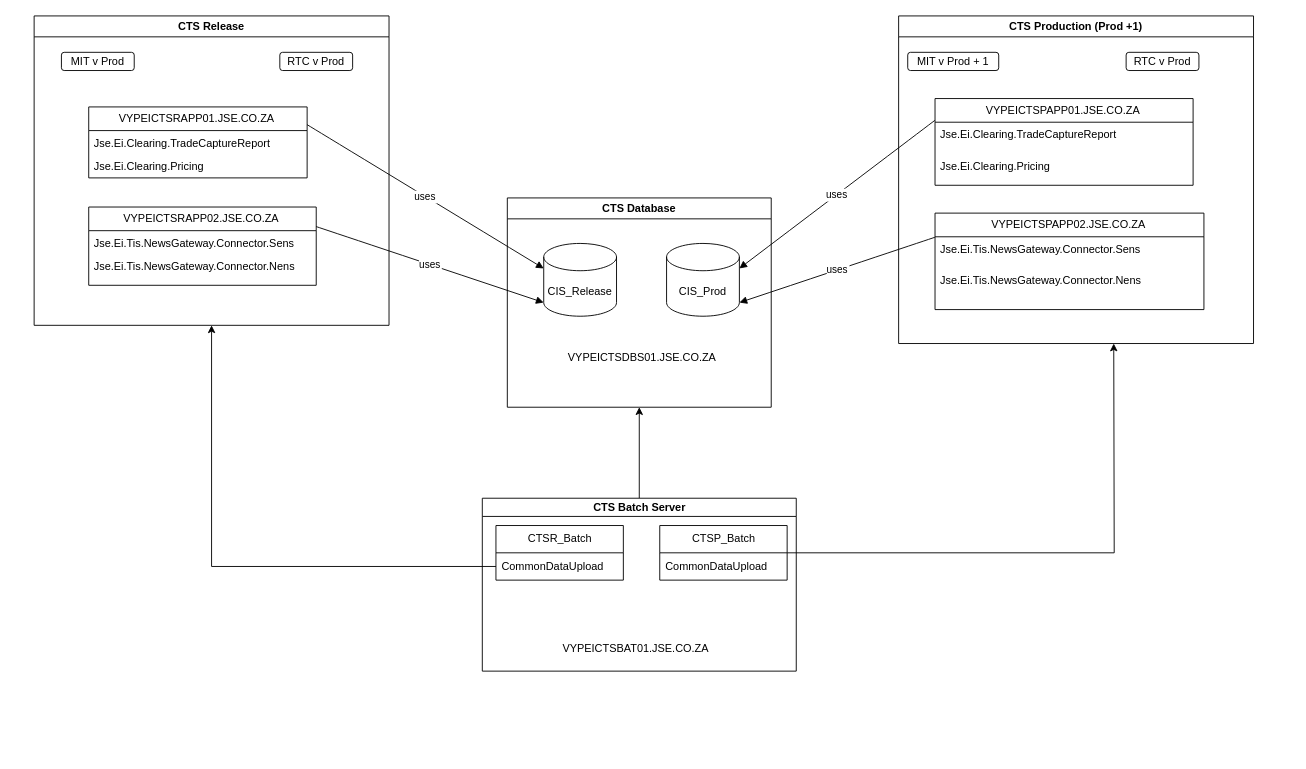
Earlier version of the draw.io diagram Untitled Diagram.drawio (ByMadiba/Sandbox). Source tidied: cells renumbered, new cells numbered last; positions are measured from the earlier drawing's top-left corner, leaving out a move shared by most shapes. Both pictures are drawn from the tidied source at 91%, with x=0, y=0 at pixel (34, 15).
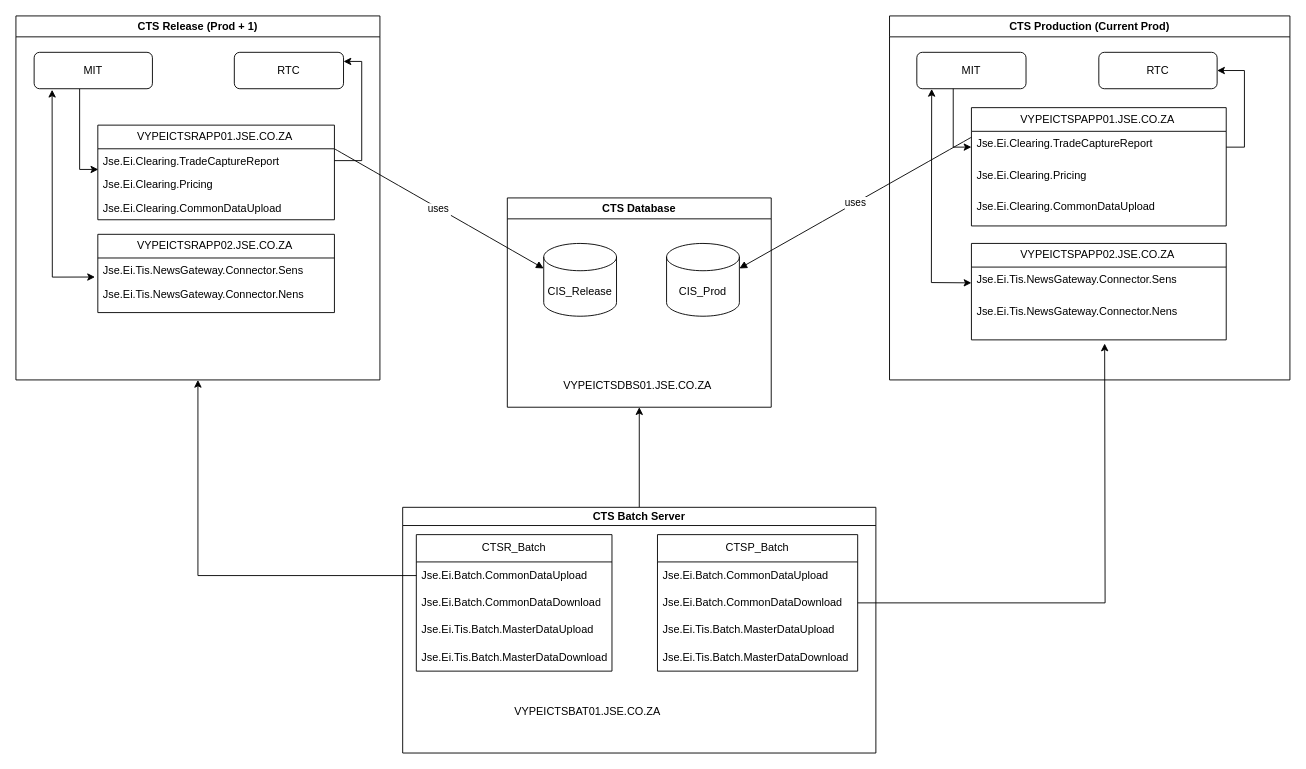
After the change.

Unchanged cells that the change refers to:
```xml
<mxCell id="4" value="CTS Database" style="swimlane;whiteSpace=wrap;html=1;" parent="1" vertex="1">
  <mxGeometry x="520" y="200" width="290" height="230" as="geometry" />
</mxCell>
<mxCell id="5" value="CIS_Release" style="shape=cylinder3;whiteSpace=wrap;html=1;boundedLbl=1;backgroundOutline=1;size=15;" parent="4" vertex="1">
  <mxGeometry x="40" y="50" width="80" height="80" as="geometry" />
</mxCell>
<mxCell id="6" value="CIS_Prod" style="shape=cylinder3;whiteSpace=wrap;html=1;boundedLbl=1;backgroundOutline=1;size=15;" parent="4" vertex="1">
  <mxGeometry x="175" y="50" width="80" height="80" as="geometry" />
</mxCell>
```

Diff of the diagram source:
```diff
@@
-    <mxCell id="3" value="uses" style="curved=1;startArrow=none;endArrow=block;exitX=1;exitY=0.25;entryX=0;entryY=1;entryDx=0;entryDy=-15;entryPerimeter=0;exitDx=0;exitDy=0;" parent="1" edge="1" source="13" target="5">
-      <mxGeometry relative="1" as="geometry" />
-    </mxCell>
@@
     <mxCell id="7" value="VYPEICTSDBS01.JSE.CO.ZA&amp;nbsp;" style="text;html=1;strokeColor=none;fillColor=none;align=center;verticalAlign=middle;whiteSpace=wrap;rounded=0;" parent="4" vertex="1">
-      <mxGeometry x="60" y="160" width="180" height="31" as="geometry" />
+      <mxGeometry x="55" y="190" width="180" height="31" as="geometry" />
     </mxCell>
-    <mxCell id="8" value="CTS Release" style="swimlane;whiteSpace=wrap;html=1;" parent="1" vertex="1">
-      <mxGeometry width="390" height="340" as="geometry" />
+    <mxCell id="8" value="CTS Release (Prod + 1)" style="swimlane;whiteSpace=wrap;html=1;" parent="1" vertex="1">
+      <mxGeometry x="-20" width="400" height="400" as="geometry" />
     </mxCell>
     <mxCell id="9" style="group;" parent="8" vertex="1">
-      <mxGeometry x="60" y="100" width="250" height="196" as="geometry" />
+      <mxGeometry x="90" y="120" width="260" height="196" as="geometry" />
     </mxCell>
     <mxCell id="10" value="VYPEICTSRAPP01.JSE.CO.ZA&amp;nbsp;" style="swimlane;fontStyle=0;horizontal=1;startSize=26;fillColor=none;html=1;" parent="9" vertex="1">
-      <mxGeometry width="240" height="78" as="geometry" />
+      <mxGeometry width="260" height="104" as="geometry" />
     </mxCell>
     <mxCell id="11" value="Jse.Ei.Clearing.TradeCaptureReport" style="text;strokeColor=none;fillColor=none;align=left;verticalAlign=top;spacingLeft=4;spacingRight=4;overflow=hidden;points=[[0,0.5],[1,0.5]];portConstraint=eastwest;whiteSpace=wrap;html=1;" parent="10" vertex="1">
-      <mxGeometry y="26" width="240" height="26" as="geometry" />
+      <mxGeometry y="26" width="260" height="26" as="geometry" />
     </mxCell>
     <mxCell id="12" value="Jse.Ei.Clearing.Pricing" style="text;strokeColor=none;fillColor=none;align=left;verticalAlign=top;spacingLeft=4;spacingRight=4;overflow=hidden;points=[[0,0.5],[1,0.5]];portConstraint=eastwest;whiteSpace=wrap;html=1;" parent="10" vertex="1">
-      <mxGeometry y="52" width="240" height="26" as="geometry" />
+      <mxGeometry y="52" width="260" height="26" as="geometry" />
     </mxCell>
+    <mxCell id="40" value="Jse.Ei.Clearing.CommonDataUpload" style="text;strokeColor=none;fillColor=none;align=left;verticalAlign=top;spacingLeft=4;spacingRight=4;overflow=hidden;whiteSpace=wrap;html=1;" parent="10" vertex="1">
+      <mxGeometry y="78" width="260" height="26" as="geometry" />
+    </mxCell>
     <mxCell id="13" value="VYPEICTSRAPP02.JSE.CO.ZA&amp;nbsp;" style="swimlane;fontStyle=0;horizontal=1;startSize=26;fillColor=none;html=1;" parent="9" vertex="1">
-      <mxGeometry y="110" width="250" height="86" as="geometry" />
+      <mxGeometry y="120" width="260" height="86" as="geometry" />
     </mxCell>
     <mxCell id="14" value="Jse.Ei.Tis.NewsGateway.Connector.Sens" style="text;strokeColor=none;fillColor=none;align=left;verticalAlign=top;spacingLeft=4;spacingRight=4;overflow=hidden;points=[[0,0.5],[1,0.5]];portConstraint=eastwest;whiteSpace=wrap;html=1;" parent="13" vertex="1">
-      <mxGeometry y="26" width="250" height="26" as="geometry" />
+      <mxGeometry y="26" width="260" height="26" as="geometry" />
     </mxCell>
     <mxCell id="15" value="Jse.Ei.Tis.NewsGateway.Connector.Nens" style="text;strokeColor=none;fillColor=none;align=left;verticalAlign=top;spacingLeft=4;spacingRight=4;overflow=hidden;whiteSpace=wrap;html=1;" parent="13" vertex="1">
-      <mxGeometry y="52" width="250" height="34" as="geometry" />
+      <mxGeometry y="52" width="260" height="34" as="geometry" />
     </mxCell>
+    <mxCell id="41" style="edgeStyle=orthogonalEdgeStyle;rounded=0;jettySize=auto;html=1;entryX=0.002;entryY=-0.127;entryDx=0;entryDy=0;entryPerimeter=0;" parent="8" edge="1" source="16" target="12">
+      <mxGeometry relative="1" as="geometry">
+        <Array as="points">
+          <mxPoint x="70" y="169" />
+        </Array>
+      </mxGeometry>
+    </mxCell>
-    <mxCell id="16" value="MIT v Prod" style="rounded=1;whiteSpace=wrap;html=1;" parent="8" vertex="1">
-      <mxGeometry x="30" y="40" width="80" height="20" as="geometry" />
+    <mxCell id="16" value="MIT" style="rounded=1;whiteSpace=wrap;html=1;" parent="8" vertex="1">
+      <mxGeometry x="20" y="40" width="130" height="40" as="geometry" />
     </mxCell>
-    <mxCell id="17" value="RTC v Prod" style="rounded=1;whiteSpace=wrap;html=1;" parent="8" vertex="1">
-      <mxGeometry x="270" y="40" width="80" height="20" as="geometry" />
+    <mxCell id="17" value="RTC" style="rounded=1;whiteSpace=wrap;html=1;" parent="8" vertex="1">
+      <mxGeometry x="240" y="40" width="120" height="40" as="geometry" />
     </mxCell>
+    <mxCell id="42" style="edgeStyle=orthogonalEdgeStyle;rounded=0;jettySize=auto;html=1;entryX=1;entryY=0.25;entryDx=0;entryDy=0;" parent="8" edge="1" source="11" target="17">
+      <mxGeometry relative="1" as="geometry" />
+    </mxCell>
+    <mxCell id="43" style="endArrow=classic;startArrow=classic;html=1;rounded=0;entryX=-0.012;entryY=0.805;entryDx=0;entryDy=0;entryPerimeter=0;exitX=0.152;exitY=1.029;exitDx=0;exitDy=0;exitPerimeter=0;" parent="8" edge="1" source="16" target="14">
+      <mxGeometry relative="1" as="geometry">
+        <Array as="points">
+          <mxPoint x="40" y="287" />
+        </Array>
+      </mxGeometry>
+    </mxCell>
     <mxCell id="18" value="CTS Batch Server" style="swimlane;whiteSpace=wrap;html=1;startSize=20;" parent="1" vertex="1">
-      <mxGeometry x="492.5" y="530" width="345" height="190" as="geometry" />
+      <mxGeometry x="405" y="540" width="520" height="270" as="geometry" />
     </mxCell>
     <mxCell id="19" value="CTSR_Batch" style="swimlane;fontStyle=0;horizontal=1;startSize=30;whiteSpace=wrap;html=1;" parent="18" vertex="1">
-      <mxGeometry x="15" y="30" width="140" height="60" as="geometry" />
+      <mxGeometry x="15" y="30" width="215" height="150" as="geometry" />
     </mxCell>
-    <mxCell id="20" value="CommonDataUpload" style="text;strokeColor=none;fillColor=none;align=left;verticalAlign=middle;spacingLeft=4;spacingRight=4;overflow=hidden;points=[[0,0.5],[1,0.5]];portConstraint=eastwest;whiteSpace=wrap;html=1;" parent="19" vertex="1">
-      <mxGeometry y="30" width="140" height="30" as="geometry" />
+    <mxCell id="20" value="Jse.Ei.Batch.CommonDataUpload" style="text;strokeColor=none;fillColor=none;align=left;verticalAlign=middle;spacingLeft=4;spacingRight=4;overflow=hidden;points=[[0,0.5],[1,0.5]];portConstraint=eastwest;whiteSpace=wrap;html=1;" parent="19" vertex="1">
+      <mxGeometry y="30" width="215" height="30" as="geometry" />
     </mxCell>
+    <mxCell id="44" value="Jse.Ei.Batch.CommonDataDownload" style="text;strokeColor=none;fillColor=none;align=left;verticalAlign=middle;spacingLeft=4;spacingRight=4;overflow=hidden;whiteSpace=wrap;html=1;" parent="19" vertex="1">
+      <mxGeometry y="60" width="215" height="30" as="geometry" />
+    </mxCell>
+    <mxCell id="45" value="Jse.Ei.Tis.Batch.MasterDataUpload" style="text;strokeColor=none;fillColor=none;align=left;verticalAlign=middle;spacingLeft=4;spacingRight=4;overflow=hidden;whiteSpace=wrap;html=1;" parent="19" vertex="1">
+      <mxGeometry y="90" width="215" height="30" as="geometry" />
+    </mxCell>
+    <mxCell id="46" value="Jse.Ei.Tis.Batch.MasterDataDownload" style="text;strokeColor=none;fillColor=none;align=left;verticalAlign=middle;spacingLeft=4;spacingRight=4;overflow=hidden;whiteSpace=wrap;html=1;" parent="19" vertex="1">
+      <mxGeometry y="120" width="215" height="30" as="geometry" />
+    </mxCell>
     <mxCell id="21" value="VYPEICTSBAT01.JSE.CO.ZA&amp;nbsp;" style="text;html=1;strokeColor=none;fillColor=none;align=center;verticalAlign=middle;whiteSpace=wrap;rounded=0;" parent="18" vertex="1">
-      <mxGeometry x="85" y="150" width="170" height="30" as="geometry" />
+      <mxGeometry x="120" y="210" width="170" height="30" as="geometry" />
     </mxCell>
     <mxCell id="22" value="CTSP_Batch" style="swimlane;fontStyle=0;horizontal=1;startSize=30;whiteSpace=wrap;html=1;" parent="18" vertex="1">
-      <mxGeometry x="195" y="30" width="140" height="60" as="geometry" />
+      <mxGeometry x="280" y="30" width="220" height="150" as="geometry" />
     </mxCell>
-    <mxCell id="23" value="CommonDataUpload" style="text;strokeColor=none;fillColor=none;align=left;verticalAlign=middle;spacingLeft=4;spacingRight=4;overflow=hidden;whiteSpace=wrap;html=1;" parent="22" vertex="1">
-      <mxGeometry y="30" width="140" height="30" as="geometry" />
+    <mxCell id="23" value="Jse.Ei.Batch.CommonDataUpload" style="text;strokeColor=none;fillColor=none;align=left;verticalAlign=middle;spacingLeft=4;spacingRight=4;overflow=hidden;whiteSpace=wrap;html=1;" parent="22" vertex="1">
+      <mxGeometry y="30" width="220" height="30" as="geometry" />
     </mxCell>
+    <mxCell id="47" value="Jse.Ei.Batch.CommonDataDownload" style="text;strokeColor=none;fillColor=none;align=left;verticalAlign=middle;spacingLeft=4;spacingRight=4;overflow=hidden;whiteSpace=wrap;html=1;" parent="22" vertex="1">
+      <mxGeometry y="60" width="220" height="30" as="geometry" />
+    </mxCell>
+    <mxCell id="48" value="Jse.Ei.Tis.Batch.MasterDataUpload" style="text;strokeColor=none;fillColor=none;align=left;verticalAlign=middle;spacingLeft=4;spacingRight=4;overflow=hidden;whiteSpace=wrap;html=1;" parent="22" vertex="1">
+      <mxGeometry y="90" width="220" height="30" as="geometry" />
+    </mxCell>
+    <mxCell id="49" value="Jse.Ei.Tis.Batch.MasterDataDownload" style="text;strokeColor=none;fillColor=none;align=left;verticalAlign=middle;spacingLeft=4;spacingRight=4;overflow=hidden;whiteSpace=wrap;html=1;" parent="22" vertex="1">
+      <mxGeometry y="120" width="220" height="30" as="geometry" />
+    </mxCell>
@@
     <mxCell id="25" style="group;" parent="1" vertex="1">
-      <mxGeometry x="950" width="390" height="360" as="geometry" />
+      <mxGeometry x="940" width="440" height="400" as="geometry" />
     </mxCell>
@@
-    <mxCell id="27" value="CTS Production (Prod +1)" style="swimlane;whiteSpace=wrap;html=1;" parent="25" vertex="1">
-      <mxGeometry width="390" height="360" as="geometry" />
+    <mxCell id="27" value="CTS Production (Current Prod)" style="swimlane;whiteSpace=wrap;html=1;" parent="25" vertex="1">
+      <mxGeometry width="440" height="400" as="geometry" />
     </mxCell>
+    <mxCell id="35" value="MIT" style="rounded=1;whiteSpace=wrap;html=1;" parent="27" vertex="1">
+      <mxGeometry x="30" y="40" width="120" height="40" as="geometry" />
+    </mxCell>
+    <mxCell id="36" value="RTC" style="rounded=1;whiteSpace=wrap;html=1;" parent="27" vertex="1">
+      <mxGeometry x="230" y="40" width="130" height="40" as="geometry" />
+    </mxCell>
+    <mxCell id="37" value="uses" style="curved=1;startArrow=none;endArrow=block;exitX=0;exitY=0.25;entryX=1;entryY=0;entryDx=0;entryDy=27.5;entryPerimeter=0;exitDx=0;exitDy=0;" parent="1" edge="1" source="29" target="6">
+      <mxGeometry relative="1" as="geometry" />
+    </mxCell>
+    <mxCell id="39" value="uses" style="curved=1;startArrow=none;endArrow=block;exitX=1;exitY=0.25;entryX=0;entryY=0;entryDx=0;entryDy=27.5;entryPerimeter=0;exitDx=0;exitDy=0;" parent="1" edge="1" source="10" target="5">
+      <mxGeometry relative="1" as="geometry" />
+    </mxCell>
-    <mxCell id="28" style="group;" parent="27" vertex="1">
-      <mxGeometry x="40" y="70" width="295.5" height="261.3" as="geometry" />
+    <mxCell id="28" style="group;" parent="1" vertex="1">
+      <mxGeometry x="1030" y="80" width="280" height="261.3" as="geometry" />
     </mxCell>
     <mxCell id="29" value="VYPEICTSPAPP01.JSE.CO.ZA&amp;nbsp;" style="swimlane;fontStyle=0;horizontal=1;startSize=26;fillColor=none;html=1;" parent="28" vertex="1">
-      <mxGeometry y="20.8" width="283.6" height="95.3" as="geometry" />
+      <mxGeometry y="20.8" width="280" height="130" as="geometry" />
     </mxCell>
     <mxCell id="30" value="Jse.Ei.Clearing.TradeCaptureReport" style="text;strokeColor=none;fillColor=none;align=left;verticalAlign=top;spacingLeft=4;spacingRight=4;overflow=hidden;points=[[0,0.5],[1,0.5]];portConstraint=eastwest;whiteSpace=wrap;html=1;" parent="29" vertex="1">
-      <mxGeometry y="26" width="283.6" height="34.7" as="geometry" />
+      <mxGeometry y="26" width="280" height="34.7" as="geometry" />
     </mxCell>
     <mxCell id="31" value="Jse.Ei.Clearing.Pricing" style="text;strokeColor=none;fillColor=none;align=left;verticalAlign=top;spacingLeft=4;spacingRight=4;overflow=hidden;whiteSpace=wrap;html=1;" parent="29" vertex="1">
-      <mxGeometry y="60.7" width="283.6" height="34.7" as="geometry" />
+      <mxGeometry y="60.7" width="280" height="34.7" as="geometry" />
     </mxCell>
+    <mxCell id="50" value="Jse.Ei.Clearing.CommonDataUpload" style="text;strokeColor=none;fillColor=none;align=left;verticalAlign=top;spacingLeft=4;spacingRight=4;overflow=hidden;whiteSpace=wrap;html=1;" parent="29" vertex="1">
+      <mxGeometry y="95.3" width="280" height="34.7" as="geometry" />
+    </mxCell>
     <mxCell id="32" value="VYPEICTSPAPP02.JSE.CO.ZA&amp;nbsp;" style="swimlane;fontStyle=0;horizontal=1;startSize=26;fillColor=none;html=1;" parent="28" vertex="1">
-      <mxGeometry y="146.7" width="295.5" height="106" as="geometry" />
+      <mxGeometry y="170" width="280" height="106" as="geometry" />
     </mxCell>
     <mxCell id="33" value="Jse.Ei.Tis.NewsGateway.Connector.Sens" style="text;strokeColor=none;fillColor=none;align=left;verticalAlign=top;spacingLeft=4;spacingRight=4;overflow=hidden;points=[[0,0.5],[1,0.5]];portConstraint=eastwest;whiteSpace=wrap;html=1;" parent="32" vertex="1">
-      <mxGeometry y="26" width="295.5" height="34.7" as="geometry" />
+      <mxGeometry y="26" width="280" height="34.7" as="geometry" />
     </mxCell>
     <mxCell id="34" value="Jse.Ei.Tis.NewsGateway.Connector.Nens" style="text;strokeColor=none;fillColor=none;align=left;verticalAlign=top;spacingLeft=4;spacingRight=4;overflow=hidden;whiteSpace=wrap;html=1;" parent="32" vertex="1">
-      <mxGeometry y="60.7" width="295.5" height="45.3" as="geometry" />
+      <mxGeometry y="60.7" width="280" height="45.3" as="geometry" />
     </mxCell>
-    <mxCell id="35" value="MIT v Prod + 1" style="rounded=1;whiteSpace=wrap;html=1;" parent="27" vertex="1">
-      <mxGeometry x="10" y="40" width="100" height="20" as="geometry" />
-    </mxCell>
-    <mxCell id="36" value="RTC v Prod" style="rounded=1;whiteSpace=wrap;html=1;" parent="27" vertex="1">
-      <mxGeometry x="250" y="40" width="80" height="20" as="geometry" />
-    </mxCell>
-    <mxCell id="37" value="uses" style="curved=1;startArrow=none;endArrow=block;exitX=0;exitY=0.25;entryX=1;entryY=0;entryDx=0;entryDy=27.5;entryPerimeter=0;exitDx=0;exitDy=0;" parent="1" edge="1" source="29" target="6">
-      <mxGeometry relative="1" as="geometry" />
-    </mxCell>
-    <mxCell id="38" value="uses" style="curved=1;startArrow=none;endArrow=block;exitX=0;exitY=0.25;entryX=1;entryY=1;entryDx=0;entryDy=-15;entryPerimeter=0;exitDx=0;exitDy=0;" parent="1" edge="1" source="32" target="6">
-      <mxGeometry relative="1" as="geometry" />
-    </mxCell>
-    <mxCell id="39" value="uses" style="curved=1;startArrow=none;endArrow=block;exitX=1;exitY=0.25;entryX=0;entryY=0;entryDx=0;entryDy=27.5;entryPerimeter=0;exitDx=0;exitDy=0;" parent="1" edge="1" source="10" target="5">
-      <mxGeometry relative="1" as="geometry" />
-    </mxCell>
+    <mxCell id="51" style="edgeStyle=orthogonalEdgeStyle;rounded=0;jettySize=auto;html=1;entryX=1;entryY=0.5;entryDx=0;entryDy=0;" parent="1" edge="1" source="30" target="36">
+      <mxGeometry relative="1" as="geometry" />
+    </mxCell>
+    <mxCell id="52" style="endArrow=classic;startArrow=classic;html=1;rounded=0;entryX=0.136;entryY=1.006;entryDx=0;entryDy=0;entryPerimeter=0;exitX=0;exitY=0.5;exitDx=0;exitDy=0;" parent="1" edge="1" source="33" target="35">
+      <mxGeometry relative="1" as="geometry">
+        <Array as="points">
+          <mxPoint x="986" y="293" />
+        </Array>
+      </mxGeometry>
+    </mxCell>
+    <mxCell id="53" style="edgeStyle=orthogonalEdgeStyle;rounded=0;jettySize=auto;html=1;entryX=0;entryY=0.5;entryDx=0;entryDy=0;" parent="1" edge="1" source="35" target="30">
+      <mxGeometry relative="1" as="geometry">
+        <Array as="points">
+          <mxPoint x="1010" y="144" />
+        </Array>
+      </mxGeometry>
+    </mxCell>
```
